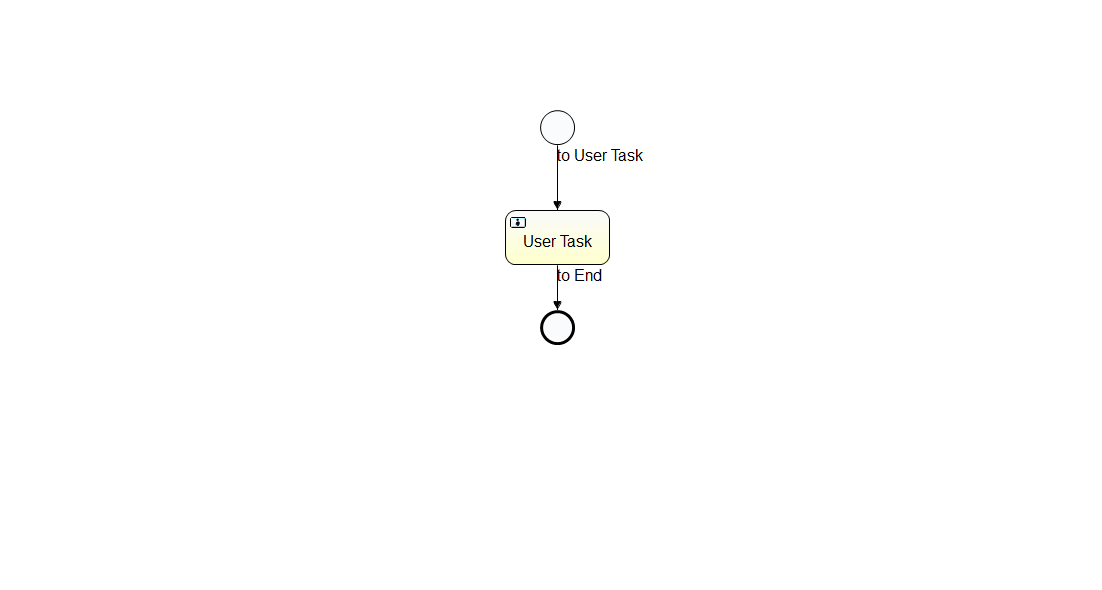
TomMickey/activiti keeps this BPMN diagram as src/main/resources/task.png. Above is the earlier version. Its source is kept beside it as src/main/resources/task.bpmn. Ids are renumbered. The source it was exported from:
```xml
<definitions xmlns="http://www.omg.org/spec/BPMN/20100524/MODEL" xmlns:xsi="http://www.w3.org/2001/XMLSchema-instance" xmlns:xsd="http://www.w3.org/2001/XMLSchema" xmlns:activiti="http://activiti.org/bpmn" xmlns:bpmndi="http://www.omg.org/spec/BPMN/20100524/DI" xmlns:omgdc="http://www.omg.org/spec/DD/20100524/DC" xmlns:omgdi="http://www.omg.org/spec/DD/20100524/DI" typeLanguage="http://www.w3.org/2001/XMLSchema" expressionLanguage="http://www.w3.org/1999/XPath" targetNamespace="http://www.activiti.org/test">
  <process id="myProcessTask" name="My process" isExecutable="true">
    <startEvent id="startevent1" name="Start"></startEvent>
    <endEvent id="endevent1" name="End"></endEvent>
    <userTask id="usertask1" name="User Task" activiti:candidateUsers="A,B,C"></userTask>
    <sequenceFlow id="flow1" name="to User Task" sourceRef="startevent1" targetRef="usertask1"></sequenceFlow>
    <sequenceFlow id="flow2" name="to End" sourceRef="usertask1" targetRef="endevent1"></sequenceFlow>
  </process>
  <bpmndi:BPMNDiagram id="BPMNDiagram_myProcessTask">
    <bpmndi:BPMNPlane bpmnElement="myProcessTask" id="BPMNPlane_myProcessTask">
      <bpmndi:BPMNShape bpmnElement="startevent1" id="BPMNShape_startevent1">
        <omgdc:Bounds height="35.0" width="35.0" x="540.0" y="110.0"></omgdc:Bounds>
      </bpmndi:BPMNShape>
      <bpmndi:BPMNShape bpmnElement="endevent1" id="BPMNShape_endevent1">
        <omgdc:Bounds height="35.0" width="35.0" x="540.0" y="310.0"></omgdc:Bounds>
      </bpmndi:BPMNShape>
      <bpmndi:BPMNShape bpmnElement="usertask1" id="BPMNShape_usertask1">
        <omgdc:Bounds height="55.0" width="105.0" x="505.0" y="210.0"></omgdc:Bounds>
      </bpmndi:BPMNShape>
      <bpmndi:BPMNEdge bpmnElement="flow1" id="BPMNEdge_flow1">
        <omgdi:waypoint x="557.0" y="145.0"></omgdi:waypoint>
        <omgdi:waypoint x="557.0" y="210.0"></omgdi:waypoint>
        <bpmndi:BPMNLabel>
          <omgdc:Bounds height="18.0" width="100.0" x="557.0" y="145.0"></omgdc:Bounds>
        </bpmndi:BPMNLabel>
      </bpmndi:BPMNEdge>
      <bpmndi:BPMNEdge bpmnElement="flow2" id="BPMNEdge_flow2">
        <omgdi:waypoint x="557.0" y="265.0"></omgdi:waypoint>
        <omgdi:waypoint x="557.0" y="310.0"></omgdi:waypoint>
        <bpmndi:BPMNLabel>
          <omgdc:Bounds height="18.0" width="100.0" x="557.0" y="265.0"></omgdc:Bounds>
        </bpmndi:BPMNLabel>
      </bpmndi:BPMNEdge>
    </bpmndi:BPMNPlane>
  </bpmndi:BPMNDiagram>
</definitions>
```
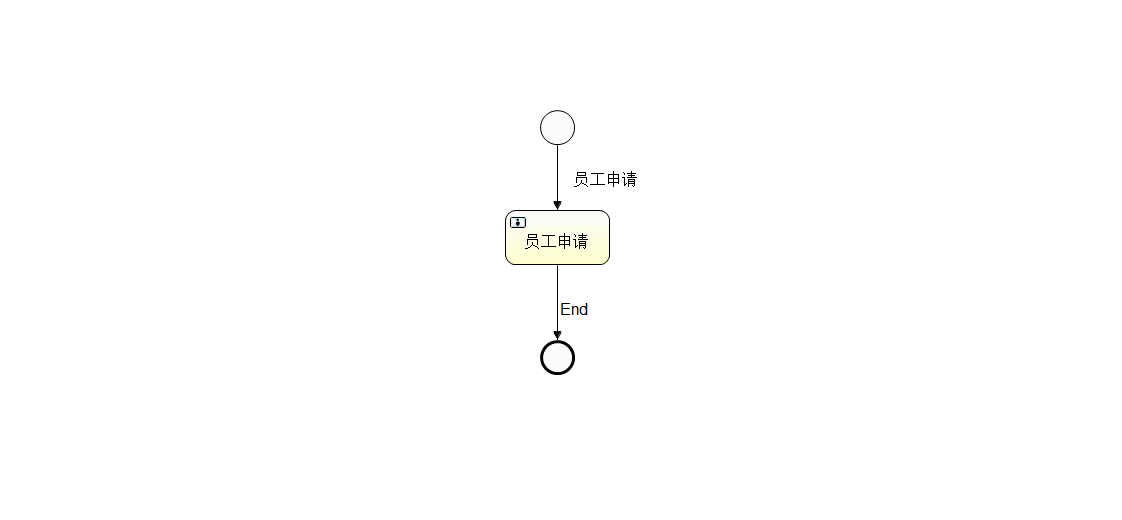
Above is the later version.

Commit message:
增加service Task

The edit, as a diff of the source:
```diff
@@ -2,9 +2,9 @@
   <process id="myProcessTask" name="My process" isExecutable="true">
     <startEvent id="startevent1" name="Start"></startEvent>
     <endEvent id="endevent1" name="End"></endEvent>
-    <userTask id="usertask1" name="User Task" activiti:candidateUsers="A,B,C"></userTask>
-    <sequenceFlow id="flow1" name="to User Task" sourceRef="startevent1" targetRef="usertask1"></sequenceFlow>
-    <sequenceFlow id="flow2" name="to End" sourceRef="usertask1" targetRef="endevent1"></sequenceFlow>
+    <userTask id="usertask1" name="员工申请" activiti:assignee="#{user}"></userTask>
+    <sequenceFlow id="flow3" name="员工申请" sourceRef="startevent1" targetRef="usertask1"></sequenceFlow>
+    <sequenceFlow id="flow4" name="End" sourceRef="usertask1" targetRef="endevent1"></sequenceFlow>
   </process>
   <bpmndi:BPMNDiagram id="BPMNDiagram_myProcessTask">
     <bpmndi:BPMNPlane bpmnElement="myProcessTask" id="BPMNPlane_myProcessTask">
@@ -12,23 +12,23 @@
         <omgdc:Bounds height="35.0" width="35.0" x="540.0" y="110.0"></omgdc:Bounds>
       </bpmndi:BPMNShape>
       <bpmndi:BPMNShape bpmnElement="endevent1" id="BPMNShape_endevent1">
-        <omgdc:Bounds height="35.0" width="35.0" x="540.0" y="310.0"></omgdc:Bounds>
+        <omgdc:Bounds height="35.0" width="35.0" x="540.0" y="340.0"></omgdc:Bounds>
       </bpmndi:BPMNShape>
       <bpmndi:BPMNShape bpmnElement="usertask1" id="BPMNShape_usertask1">
         <omgdc:Bounds height="55.0" width="105.0" x="505.0" y="210.0"></omgdc:Bounds>
       </bpmndi:BPMNShape>
-      <bpmndi:BPMNEdge bpmnElement="flow1" id="BPMNEdge_flow1">
+      <bpmndi:BPMNEdge bpmnElement="flow3" id="BPMNEdge_flow3">
         <omgdi:waypoint x="557.0" y="145.0"></omgdi:waypoint>
         <omgdi:waypoint x="557.0" y="210.0"></omgdi:waypoint>
         <bpmndi:BPMNLabel>
-          <omgdc:Bounds height="18.0" width="100.0" x="557.0" y="145.0"></omgdc:Bounds>
+          <omgdc:Bounds height="18.0" width="100.0" x="574.0" y="169.0"></omgdc:Bounds>
         </bpmndi:BPMNLabel>
       </bpmndi:BPMNEdge>
-      <bpmndi:BPMNEdge bpmnElement="flow2" id="BPMNEdge_flow2">
+      <bpmndi:BPMNEdge bpmnElement="flow4" id="BPMNEdge_flow4">
         <omgdi:waypoint x="557.0" y="265.0"></omgdi:waypoint>
-        <omgdi:waypoint x="557.0" y="310.0"></omgdi:waypoint>
+        <omgdi:waypoint x="557.0" y="340.0"></omgdi:waypoint>
         <bpmndi:BPMNLabel>
-          <omgdc:Bounds height="18.0" width="100.0" x="557.0" y="265.0"></omgdc:Bounds>
+          <omgdc:Bounds height="18.0" width="100.0" x="560.0" y="299.0"></omgdc:Bounds>
         </bpmndi:BPMNLabel>
       </bpmndi:BPMNEdge>
     </bpmndi:BPMNPlane>
```
